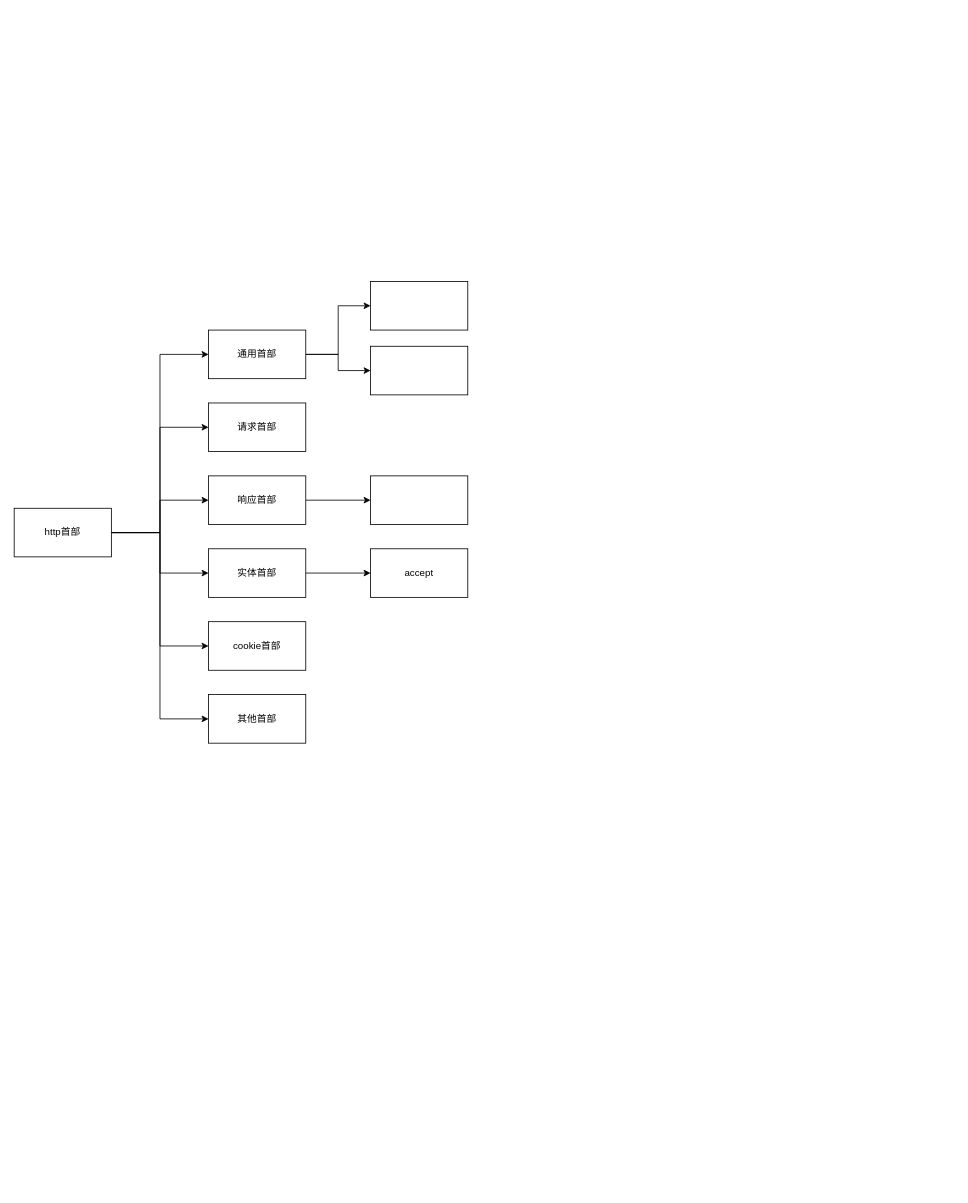
Above: http头部.drawio in lmxyjy/draw.io (draw.io), before the change. Source tidied: cells renumbered, new cells numbered last; positions are measured from the earlier drawing's top-left corner, leaving out a move shared by most shapes. Both pictures are drawn from the tidied source at 81%, with x=0, y=0 at pixel (14, 281).
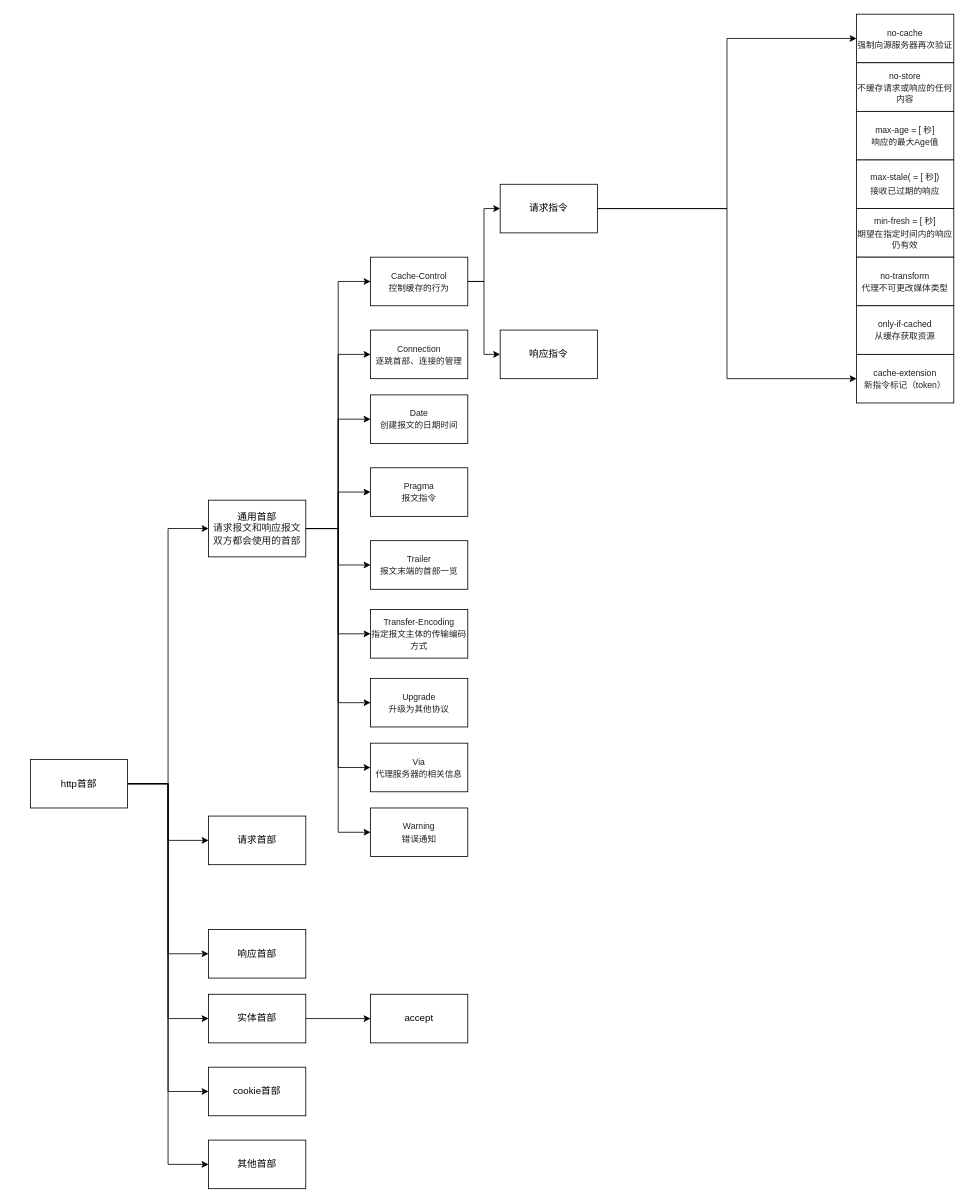
After the change.

The edit, as a diff of the source:
```diff
@@
     <mxCell id="8" value="http首部" style="rounded=0;whiteSpace=wrap;html=1;" parent="1" vertex="1">
-      <mxGeometry y="280" width="120" height="60" as="geometry" />
+      <mxGeometry x="20" y="590" width="120" height="60" as="geometry" />
     </mxCell>
@@
+    <mxCell id="23" style="edgeStyle=orthogonalEdgeStyle;rounded=0;jettySize=auto;html=1;entryX=0;entryY=0.5;entryDx=0;entryDy=0;" parent="1" edge="1" source="11" target="32">
+      <mxGeometry relative="1" as="geometry" />
+    </mxCell>
+    <mxCell id="24" style="edgeStyle=orthogonalEdgeStyle;rounded=0;jettySize=auto;html=1;entryX=0;entryY=0.5;entryDx=0;entryDy=0;" parent="1" edge="1" source="11" target="33">
+      <mxGeometry relative="1" as="geometry" />
+    </mxCell>
+    <mxCell id="25" style="edgeStyle=orthogonalEdgeStyle;rounded=0;jettySize=auto;html=1;entryX=0;entryY=0.5;entryDx=0;entryDy=0;" parent="1" edge="1" source="11" target="34">
+      <mxGeometry relative="1" as="geometry" />
+    </mxCell>
+    <mxCell id="26" style="edgeStyle=orthogonalEdgeStyle;rounded=0;jettySize=auto;html=1;entryX=0;entryY=0.5;entryDx=0;entryDy=0;" parent="1" edge="1" source="11" target="35">
+      <mxGeometry relative="1" as="geometry" />
+    </mxCell>
+    <mxCell id="27" style="edgeStyle=orthogonalEdgeStyle;rounded=0;jettySize=auto;html=1;entryX=0;entryY=0.5;entryDx=0;entryDy=0;" parent="1" edge="1" source="11" target="36">
+      <mxGeometry relative="1" as="geometry" />
+    </mxCell>
+    <mxCell id="28" style="edgeStyle=orthogonalEdgeStyle;rounded=0;jettySize=auto;html=1;entryX=0;entryY=0.5;entryDx=0;entryDy=0;" parent="1" edge="1" source="11" target="22">
+      <mxGeometry relative="1" as="geometry" />
+    </mxCell>
+    <mxCell id="29" style="edgeStyle=orthogonalEdgeStyle;rounded=0;jettySize=auto;html=1;entryX=0;entryY=0.5;entryDx=0;entryDy=0;" parent="1" edge="1" source="11" target="37">
+      <mxGeometry relative="1" as="geometry" />
+    </mxCell>
-    <mxCell id="11" value="通用首部" style="whiteSpace=wrap;html=1;" parent="1" vertex="1">
-      <mxGeometry x="240" y="60" width="120" height="60" as="geometry" />
+    <mxCell id="11" value="通用首部&lt;br style=&quot;font-size: 12px;&quot;&gt;&lt;div style=&quot;font-size: 12px;&quot;&gt;&lt;span style=&quot;font-size: 12px; color: rgb(35, 31, 32);&quot;&gt;请求报文和响应报文双方都会使用的首部&lt;/span&gt;&lt;/div&gt;" style="whiteSpace=wrap;html=1;fontSize=12;" parent="1" vertex="1">
+      <mxGeometry x="240" y="270" width="120" height="70" as="geometry" />
     </mxCell>
     <mxCell id="12" value="请求首部" style="whiteSpace=wrap;html=1;" parent="1" vertex="1">
-      <mxGeometry x="240" y="150" width="120" height="60" as="geometry" />
+      <mxGeometry x="240" y="660" width="120" height="60" as="geometry" />
     </mxCell>
-    <mxCell id="13" style="edgeStyle=orthogonalEdgeStyle;rounded=0;jettySize=auto;html=1;entryX=0;entryY=0.5;entryDx=0;entryDy=0;" parent="1" edge="1" source="14" target="22">
-      <mxGeometry relative="1" as="geometry" />
-    </mxCell>
     <mxCell id="14" value="响应首部" style="whiteSpace=wrap;html=1;" parent="1" vertex="1">
-      <mxGeometry x="240" y="240" width="120" height="60" as="geometry" />
+      <mxGeometry x="240" y="800" width="120" height="60" as="geometry" />
     </mxCell>
@@
     <mxCell id="16" value="实体首部" style="whiteSpace=wrap;html=1;" parent="1" vertex="1">
-      <mxGeometry x="240" y="330" width="120" height="60" as="geometry" />
+      <mxGeometry x="240" y="880" width="120" height="60" as="geometry" />
     </mxCell>
     <mxCell id="17" value="cookie首部" style="whiteSpace=wrap;html=1;" parent="1" vertex="1">
-      <mxGeometry x="240" y="420" width="120" height="60" as="geometry" />
+      <mxGeometry x="240" y="970" width="120" height="60" as="geometry" />
     </mxCell>
+    <mxCell id="30" style="edgeStyle=orthogonalEdgeStyle;rounded=0;jettySize=auto;html=1;entryX=0;entryY=0.5;entryDx=0;entryDy=0;fontSize=12;" parent="1" edge="1" source="18" target="46">
+      <mxGeometry relative="1" as="geometry" />
+    </mxCell>
+    <mxCell id="31" style="edgeStyle=orthogonalEdgeStyle;rounded=0;jettySize=auto;html=1;entryX=0;entryY=0.5;entryDx=0;entryDy=0;fontSize=12;" parent="1" edge="1" source="18" target="47">
+      <mxGeometry relative="1" as="geometry" />
+    </mxCell>
-    <mxCell id="18" style="whiteSpace=wrap;html=1;" parent="1" vertex="1">
-      <mxGeometry x="440" width="120" height="60" as="geometry" />
+    <mxCell id="18" value="&lt;div&gt;&lt;span style=&quot;font-size: 8pt ; font-family: &amp;#34;ydxnab&amp;#34; ; color: rgb(35 , 31 , 32)&quot;&gt;Cache&lt;/span&gt;&lt;span style=&quot;font-size: 8pt ; font-family: &amp;#34;times new roman&amp;#34; ; color: rgb(35 , 31 , 32)&quot;&gt;-&lt;/span&gt;&lt;span style=&quot;font-size: 8pt ; font-family: &amp;#34;ydxnab&amp;#34; ; color: rgb(35 , 31 , 32)&quot;&gt;Control&lt;/span&gt;&lt;/div&gt;&lt;div&gt;&lt;div&gt;&lt;span style=&quot;font-size: 8pt ; font-family: &amp;#34;ydxnab&amp;#34; ; color: rgb(35 , 31 , 32)&quot;&gt;控制缓存的行为&lt;/span&gt;&lt;/div&gt;&lt;/div&gt;" style="whiteSpace=wrap;html=1;" parent="1" vertex="1">
+      <mxGeometry x="440" y="-30" width="120" height="60" as="geometry" />
     </mxCell>
-    <mxCell id="19" style="whiteSpace=wrap;html=1;" parent="1" vertex="1">
-      <mxGeometry x="440" y="80" width="120" height="60" as="geometry" />
+    <mxCell id="19" value="&lt;div&gt;&lt;span style=&quot;font-size: 8pt ; font-family: &amp;#34;ydxnab&amp;#34; ; color: rgb(35 , 31 , 32)&quot;&gt;Connection&lt;/span&gt;&lt;/div&gt;&lt;div&gt;&lt;div&gt;&lt;span style=&quot;font-size: 8pt ; font-family: &amp;#34;ydxnab&amp;#34; ; color: rgb(35 , 31 , 32)&quot;&gt;逐跳首部、连接的管理&lt;/span&gt;&lt;/div&gt;&lt;/div&gt;" style="whiteSpace=wrap;html=1;" parent="1" vertex="1">
+      <mxGeometry x="440" y="60" width="120" height="60" as="geometry" />
     </mxCell>
     <mxCell id="20" value="其他首部" style="whiteSpace=wrap;html=1;" parent="1" vertex="1">
-      <mxGeometry x="240" y="510" width="120" height="60" as="geometry" />
+      <mxGeometry x="240" y="1060" width="120" height="60" as="geometry" />
     </mxCell>
     <mxCell id="21" value="accept" style="whiteSpace=wrap;html=1;" parent="1" vertex="1">
-      <mxGeometry x="440" y="330" width="120" height="60" as="geometry" />
+      <mxGeometry x="440" y="880" width="120" height="60" as="geometry" />
     </mxCell>
-    <mxCell id="22" style="whiteSpace=wrap;html=1;" parent="1" vertex="1">
-      <mxGeometry x="440" y="240" width="120" height="60" as="geometry" />
+    <mxCell id="22" value="&lt;div&gt;&lt;span style=&quot;font-size: 8pt ; font-family: &amp;#34;ydxnab&amp;#34; ; color: rgb(35 , 31 , 32)&quot;&gt;Via&lt;/span&gt;&lt;/div&gt;&lt;div&gt;&lt;div&gt;&lt;span style=&quot;font-size: 8pt ; font-family: &amp;#34;ydxnab&amp;#34; ; color: rgb(35 , 31 , 32)&quot;&gt;代理服务器的相关信息&lt;/span&gt;&lt;/div&gt;&lt;/div&gt;" style="whiteSpace=wrap;html=1;" parent="1" vertex="1">
+      <mxGeometry x="440" y="570" width="120" height="60" as="geometry" />
     </mxCell>
+    <mxCell id="32" value="&lt;div&gt;&lt;span style=&quot;font-size: 8pt ; font-family: &amp;#34;ydxnab&amp;#34; ; color: rgb(35 , 31 , 32)&quot;&gt;Date&lt;/span&gt;&lt;/div&gt;&lt;div&gt;&lt;div&gt;&lt;span style=&quot;font-size: 8pt ; font-family: &amp;#34;ydxnab&amp;#34; ; color: rgb(35 , 31 , 32)&quot;&gt;创建报文的日期时间&lt;/span&gt;&lt;/div&gt;&lt;/div&gt;" style="whiteSpace=wrap;html=1;" parent="1" vertex="1">
+      <mxGeometry x="440" y="140" width="120" height="60" as="geometry" />
+    </mxCell>
+    <mxCell id="33" value="&lt;div&gt;&lt;span style=&quot;font-size: 8pt ; font-family: &amp;#34;ydxnab&amp;#34; ; color: rgb(35 , 31 , 32)&quot;&gt;Pragma&lt;/span&gt;&lt;/div&gt;&lt;div&gt;&lt;div&gt;&lt;span style=&quot;font-size: 8pt ; font-family: &amp;#34;ydxnab&amp;#34; ; color: rgb(35 , 31 , 32)&quot;&gt;报文指令&lt;/span&gt;&lt;/div&gt;&lt;/div&gt;" style="whiteSpace=wrap;html=1;" parent="1" vertex="1">
+      <mxGeometry x="440" y="230" width="120" height="60" as="geometry" />
+    </mxCell>
+    <mxCell id="34" value="&lt;div&gt;&lt;span style=&quot;font-size: 8pt ; font-family: &amp;#34;ydxnab&amp;#34; ; color: rgb(35 , 31 , 32)&quot;&gt;Trailer&lt;/span&gt;&lt;/div&gt;&lt;div&gt;&lt;div&gt;&lt;span style=&quot;font-size: 8pt ; font-family: &amp;#34;ydxnab&amp;#34; ; color: rgb(35 , 31 , 32)&quot;&gt;报文末端的首部一览&lt;/span&gt;&lt;/div&gt;&lt;/div&gt;" style="whiteSpace=wrap;html=1;" parent="1" vertex="1">
+      <mxGeometry x="440" y="320" width="120" height="60" as="geometry" />
+    </mxCell>
+    <mxCell id="35" value="&lt;div&gt;&lt;span style=&quot;font-size: 8pt ; font-family: &amp;#34;ydxnab&amp;#34; ; color: rgb(35 , 31 , 32)&quot;&gt;Transfer&lt;/span&gt;&lt;span style=&quot;font-size: 8pt ; font-family: &amp;#34;times new roman&amp;#34; ; color: rgb(35 , 31 , 32)&quot;&gt;-&lt;/span&gt;&lt;span style=&quot;font-size: 8pt ; font-family: &amp;#34;ydxnab&amp;#34; ; color: rgb(35 , 31 , 32)&quot;&gt;Encoding&lt;/span&gt;&lt;/div&gt;&lt;div&gt;&lt;div&gt;&lt;span style=&quot;font-size: 8pt ; font-family: &amp;#34;ydxnab&amp;#34; ; color: rgb(35 , 31 , 32)&quot;&gt;指定报文主体的传输编码方式&lt;/span&gt;&lt;/div&gt;&lt;/div&gt;" style="whiteSpace=wrap;html=1;" parent="1" vertex="1">
+      <mxGeometry x="440" y="405" width="120" height="60" as="geometry" />
+    </mxCell>
+    <mxCell id="36" value="&lt;div&gt;&lt;span style=&quot;font-size: 8pt ; font-family: &amp;#34;ydxnab&amp;#34; ; color: rgb(35 , 31 , 32)&quot;&gt;Upgrade&lt;/span&gt;&lt;/div&gt;&lt;div&gt;&lt;div&gt;&lt;span style=&quot;font-size: 8pt ; font-family: &amp;#34;ydxnab&amp;#34; ; color: rgb(35 , 31 , 32)&quot;&gt;升级为其他协议&lt;/span&gt;&lt;/div&gt;&lt;/div&gt;" style="whiteSpace=wrap;html=1;" parent="1" vertex="1">
+      <mxGeometry x="440" y="490" width="120" height="60" as="geometry" />
+    </mxCell>
+    <mxCell id="37" value="&lt;div&gt;&lt;span style=&quot;font-size: 8pt ; font-family: &amp;#34;ydxnab&amp;#34; ; color: rgb(35 , 31 , 32)&quot;&gt;Warning&lt;/span&gt;&lt;/div&gt;&lt;div&gt;&lt;div&gt;&lt;span style=&quot;font-size: 8pt ; font-family: &amp;#34;ydxnab&amp;#34; ; color: rgb(35 , 31 , 32)&quot;&gt;错误通知&lt;/span&gt;&lt;/div&gt;&lt;/div&gt;" style="whiteSpace=wrap;html=1;" parent="1" vertex="1">
+      <mxGeometry x="440" y="650" width="120" height="60" as="geometry" />
+    </mxCell>
+    <mxCell id="38" value="&lt;div&gt;&lt;span style=&quot;font-size: 8pt ; font-family: &amp;#34;ydxnab&amp;#34; ; color: rgb(35 , 31 , 32)&quot;&gt;no&lt;/span&gt;&lt;span style=&quot;font-size: 8pt ; font-family: &amp;#34;times new roman&amp;#34; ; color: rgb(35 , 31 , 32)&quot;&gt;-&lt;/span&gt;&lt;span style=&quot;font-size: 8pt ; font-family: &amp;#34;ydxnab&amp;#34; ; color: rgb(35 , 31 , 32)&quot;&gt;cache&lt;/span&gt;&lt;/div&gt;&lt;div&gt;&lt;div&gt;&lt;span style=&quot;font-size: 8pt ; font-family: &amp;#34;ydxnab&amp;#34; ; color: rgb(35 , 31 , 32)&quot;&gt;强制向源服务器再次验证&lt;/span&gt;&lt;/div&gt;&lt;/div&gt;" style="whiteSpace=wrap;html=1;fontSize=12;" parent="1" vertex="1">
+      <mxGeometry x="1040" y="-330" width="120" height="60" as="geometry" />
+    </mxCell>
+    <mxCell id="39" value="&lt;div&gt;&lt;span style=&quot;font-size: 8pt ; font-family: &amp;#34;ydxnab&amp;#34; ; color: rgb(35 , 31 , 32)&quot;&gt;no&lt;/span&gt;&lt;span style=&quot;font-size: 8pt ; font-family: &amp;#34;times new roman&amp;#34; ; color: rgb(35 , 31 , 32)&quot;&gt;-&lt;/span&gt;&lt;span style=&quot;font-size: 8pt ; font-family: &amp;#34;ydxnab&amp;#34; ; color: rgb(35 , 31 , 32)&quot;&gt;store&lt;/span&gt;&lt;/div&gt;&lt;div&gt;&lt;div&gt;&lt;span style=&quot;font-size: 8pt ; font-family: &amp;#34;ydxnab&amp;#34; ; color: rgb(35 , 31 , 32)&quot;&gt;不缓存请求或响应的任何内容&lt;/span&gt;&lt;/div&gt;&lt;/div&gt;" style="whiteSpace=wrap;html=1;fontSize=12;" parent="1" vertex="1">
+      <mxGeometry x="1040" y="-270" width="120" height="60" as="geometry" />
+    </mxCell>
+    <mxCell id="40" value="&lt;div&gt;&lt;span style=&quot;font-size: 8pt ; font-family: &amp;#34;ydxnab&amp;#34; ; color: rgb(35 , 31 , 32)&quot;&gt;max&lt;/span&gt;&lt;span style=&quot;font-size: 8pt ; font-family: &amp;#34;times new roman&amp;#34; ; color: rgb(35 , 31 , 32)&quot;&gt;-&lt;/span&gt;&lt;span style=&quot;font-size: 8pt ; font-family: &amp;#34;ydxnab&amp;#34; ; color: rgb(35 , 31 , 32)&quot;&gt;age = [ 秒]&lt;/span&gt;&lt;/div&gt;&lt;div&gt;&lt;div&gt;&lt;span style=&quot;font-size: 8pt ; font-family: &amp;#34;ydxnab&amp;#34; ; color: rgb(35 , 31 , 32)&quot;&gt;响应的最大Age值&lt;/span&gt;&lt;/div&gt;&lt;/div&gt;" style="whiteSpace=wrap;html=1;fontSize=12;" parent="1" vertex="1">
+      <mxGeometry x="1040" y="-210" width="120" height="60" as="geometry" />
+    </mxCell>
+    <mxCell id="41" value="&lt;div&gt;&lt;span style=&quot;font-size: 8pt ; font-family: &amp;#34;ydxnab&amp;#34; ; color: rgb(35 , 31 , 32)&quot;&gt;max&lt;/span&gt;&lt;span style=&quot;font-size: 8pt ; font-family: &amp;#34;times new roman&amp;#34; ; color: rgb(35 , 31 , 32)&quot;&gt;-&lt;/span&gt;&lt;span style=&quot;font-size: 8pt ; font-family: &amp;#34;ydxnab&amp;#34; ; color: rgb(35 , 31 , 32)&quot;&gt;stale( = [ 秒])&lt;/span&gt;&lt;/div&gt;&lt;div&gt;&lt;div&gt;&lt;span style=&quot;font-size: 12pt&quot;&gt; &lt;/span&gt;&lt;span style=&quot;font-size: 8pt ; font-family: &amp;#34;ydxnab&amp;#34; ; color: rgb(35 , 31 , 32)&quot;&gt;接收已过期的响应&lt;/span&gt;&lt;/div&gt;&lt;/div&gt;" style="whiteSpace=wrap;html=1;fontSize=12;" parent="1" vertex="1">
+      <mxGeometry x="1040" y="-150" width="120" height="60" as="geometry" />
+    </mxCell>
+    <mxCell id="42" value="&lt;div&gt;&lt;span style=&quot;font-size: 8pt ; font-family: &amp;#34;ydxnab&amp;#34; ; color: rgb(35 , 31 , 32)&quot;&gt;min&lt;/span&gt;&lt;span style=&quot;font-size: 8pt ; font-family: &amp;#34;times new roman&amp;#34; ; color: rgb(35 , 31 , 32)&quot;&gt;-&lt;/span&gt;&lt;span style=&quot;font-size: 8pt ; font-family: &amp;#34;ydxnab&amp;#34; ; color: rgb(35 , 31 , 32)&quot;&gt;fresh = [ 秒]&lt;/span&gt;&lt;/div&gt;&lt;div&gt;&lt;div&gt;&lt;span style=&quot;font-size: 8pt ; font-family: &amp;#34;ydxnab&amp;#34; ; color: rgb(35 , 31 , 32)&quot;&gt;期望在指定时间内的响应仍有效&lt;/span&gt;&lt;/div&gt;&lt;/div&gt;" style="whiteSpace=wrap;html=1;fontSize=12;" parent="1" vertex="1">
+      <mxGeometry x="1040" y="-90" width="120" height="60" as="geometry" />
+    </mxCell>
+    <mxCell id="43" value="&lt;div&gt;&lt;span style=&quot;font-size: 8pt ; font-family: &amp;#34;ydxnab&amp;#34; ; color: rgb(35 , 31 , 32)&quot;&gt;no&lt;/span&gt;&lt;span style=&quot;font-size: 8pt ; font-family: &amp;#34;times new roman&amp;#34; ; color: rgb(35 , 31 , 32)&quot;&gt;-&lt;/span&gt;&lt;span style=&quot;font-size: 8pt ; font-family: &amp;#34;ydxnab&amp;#34; ; color: rgb(35 , 31 , 32)&quot;&gt;transform&lt;/span&gt;&lt;/div&gt;&lt;div&gt;&lt;div&gt;&lt;span style=&quot;font-size: 8pt ; font-family: &amp;#34;ydxnab&amp;#34; ; color: rgb(35 , 31 , 32)&quot;&gt;代理不可更改媒体类型&lt;/span&gt;&lt;/div&gt;&lt;/div&gt;" style="whiteSpace=wrap;html=1;fontSize=12;" parent="1" vertex="1">
+      <mxGeometry x="1040" y="-30" width="120" height="60" as="geometry" />
+    </mxCell>
+    <mxCell id="44" style="edgeStyle=orthogonalEdgeStyle;rounded=0;jettySize=auto;html=1;entryX=0;entryY=0.5;entryDx=0;entryDy=0;fontSize=12;" parent="1" edge="1" source="46" target="38">
+      <mxGeometry relative="1" as="geometry" />
+    </mxCell>
+    <mxCell id="45" style="edgeStyle=orthogonalEdgeStyle;rounded=0;jettySize=auto;html=1;entryX=0;entryY=0.5;entryDx=0;entryDy=0;fontSize=12;" parent="1" edge="1" source="46" target="49">
+      <mxGeometry relative="1" as="geometry" />
+    </mxCell>
+    <mxCell id="46" value="请求指令" style="whiteSpace=wrap;html=1;fontSize=12;" parent="1" vertex="1">
+      <mxGeometry x="600" y="-120" width="120" height="60" as="geometry" />
+    </mxCell>
+    <mxCell id="47" value="响应指令" style="whiteSpace=wrap;html=1;fontSize=12;" parent="1" vertex="1">
+      <mxGeometry x="600" y="60" width="120" height="60" as="geometry" />
+    </mxCell>
+    <mxCell id="48" value="&lt;div&gt;&lt;span style=&quot;font-size: 8pt ; font-family: &amp;#34;ydxnab&amp;#34; ; color: rgb(35 , 31 , 32)&quot;&gt;only&lt;/span&gt;&lt;span style=&quot;font-size: 8pt ; font-family: &amp;#34;times new roman&amp;#34; ; color: rgb(35 , 31 , 32)&quot;&gt;-&lt;/span&gt;&lt;span style=&quot;font-size: 8pt ; font-family: &amp;#34;ydxnab&amp;#34; ; color: rgb(35 , 31 , 32)&quot;&gt;if&lt;/span&gt;&lt;span style=&quot;font-size: 8pt ; font-family: &amp;#34;times new roman&amp;#34; ; color: rgb(35 , 31 , 32)&quot;&gt;-&lt;/span&gt;&lt;span style=&quot;font-size: 8pt ; font-family: &amp;#34;ydxnab&amp;#34; ; color: rgb(35 , 31 , 32)&quot;&gt;cached&lt;/span&gt;&lt;/div&gt;&lt;div&gt;&lt;div&gt;&lt;span style=&quot;font-size: 8pt ; font-family: &amp;#34;ydxnab&amp;#34; ; color: rgb(35 , 31 , 32)&quot;&gt;从缓存获取资源&lt;/span&gt;&lt;/div&gt;&lt;/div&gt;" style="whiteSpace=wrap;html=1;fontSize=12;" parent="1" vertex="1">
+      <mxGeometry x="1040" y="30" width="120" height="60" as="geometry" />
+    </mxCell>
+    <mxCell id="49" value="&lt;div&gt;&lt;span style=&quot;font-size: 8pt ; font-family: &amp;#34;ydxnab&amp;#34; ; color: rgb(35 , 31 , 32)&quot;&gt;cache&lt;/span&gt;&lt;span style=&quot;font-size: 8pt ; font-family: &amp;#34;times new roman&amp;#34; ; color: rgb(35 , 31 , 32)&quot;&gt;-&lt;/span&gt;&lt;span style=&quot;font-size: 8pt ; font-family: &amp;#34;ydxnab&amp;#34; ; color: rgb(35 , 31 , 32)&quot;&gt;extension&lt;/span&gt;&lt;/div&gt;&lt;div&gt;&lt;div&gt;&lt;span style=&quot;font-size: 8pt ; font-family: &amp;#34;ydxnab&amp;#34; ; color: rgb(35 , 31 , 32)&quot;&gt;新指令标记（token）&lt;/span&gt;&lt;/div&gt;&lt;/div&gt;" style="whiteSpace=wrap;html=1;fontSize=12;" parent="1" vertex="1">
+      <mxGeometry x="1040" y="90" width="120" height="60" as="geometry" />
+    </mxCell>
```
